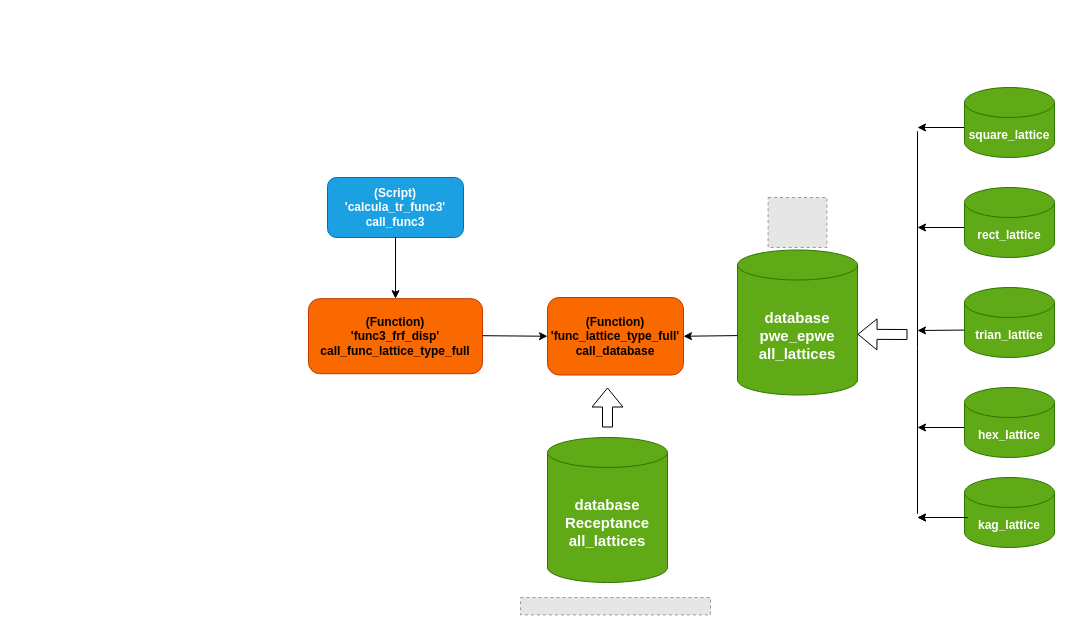
Before: sec4_1_res1_Transmittance/fig1_pipeline_data.drawio in anderson-ferreira-83/Article_publish_comp_lattices_thin_plate_2023_anderson_83, a draw.io diagram. Source tidied: cells renumbered, new cells numbered last; positions are measured from the earlier drawing's top-left corner, leaving out a move shared by most shapes. Both pictures are drawn from the tidied source at 100%, with x=0, y=0 at pixel (308, 87). Pictures stored in the file or linked from it are replaced by grey dashed boxes.
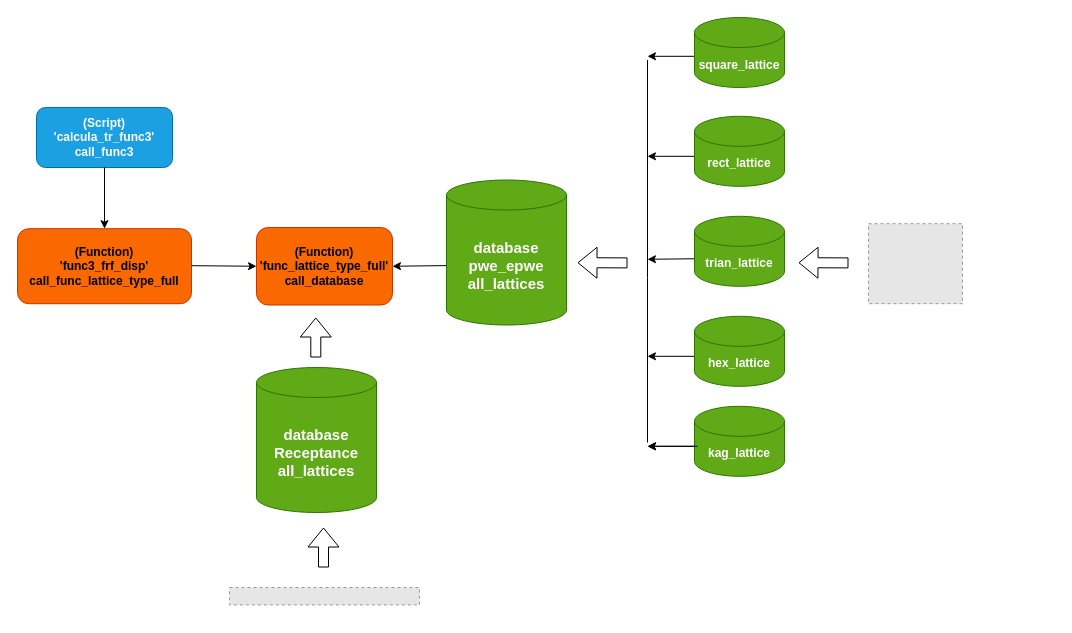
After the change.

The edit, as a diff of the source:
```diff
@@
     <mxCell id="2" value="&lt;div&gt;(Script)&lt;/div&gt;'calcula_tr_func3'&lt;div&gt;call_func3&lt;/div&gt;" style="rounded=1;whiteSpace=wrap;html=1;fontSize=12;glass=0;strokeWidth=1;shadow=0;fillColor=#1ba1e2;fontColor=#ffffff;strokeColor=#006EAF;fontStyle=1;" parent="1" vertex="1">
-      <mxGeometry x="19" y="90" width="136" height="60" as="geometry" />
+      <mxGeometry x="-272" y="20" width="136" height="60" as="geometry" />
     </mxCell>
     <mxCell id="3" value="&lt;div&gt;(Function)&lt;/div&gt;&lt;div&gt;&lt;span style=&quot;background-color: initial;&quot;&gt;'func3_frf_disp'&lt;/span&gt;&lt;/div&gt;&lt;div&gt;&lt;span style=&quot;background-color: initial;&quot;&gt;call_func_lattice_type_full&lt;/span&gt;&lt;/div&gt;" style="rounded=1;whiteSpace=wrap;html=1;fontSize=12;glass=0;strokeWidth=1;shadow=0;fillColor=#fa6800;fontColor=#000000;strokeColor=#C73500;fontStyle=1;" parent="1" vertex="1">
-      <mxGeometry y="211.2" width="174" height="75" as="geometry" />
+      <mxGeometry x="-291" y="141.2" width="174" height="75" as="geometry" />
     </mxCell>
     <mxCell id="4" style="endArrow=classic;html=1;rounded=0;entryX=0;entryY=0.5;entryDx=0;entryDy=0;" parent="1" edge="1" target="5">
       <mxGeometry relative="1" as="geometry">
-        <mxPoint x="174" y="248.2" as="sourcePoint" />
+        <mxPoint x="-117" y="178.2" as="sourcePoint" />
       </mxGeometry>
     </mxCell>
     <mxCell id="5" value="&lt;div&gt;(Function)&lt;/div&gt;'func_lattice_type_full'&lt;div&gt;call_database&lt;/div&gt;" style="rounded=1;whiteSpace=wrap;html=1;fontSize=12;glass=0;strokeWidth=1;shadow=0;fillColor=#fa6800;fontColor=#000000;strokeColor=#C73500;fontStyle=1;" parent="1" vertex="1">
-      <mxGeometry x="239" y="210" width="136" height="77.5" as="geometry" />
+      <mxGeometry x="-52" y="140" width="136" height="77.5" as="geometry" />
     </mxCell>
     <mxCell id="6" value="&lt;b&gt;&lt;font style=&quot;font-size: 15px;&quot;&gt;database&lt;/font&gt;&lt;/b&gt;&lt;div&gt;&lt;b&gt;&lt;font style=&quot;font-size: 15px;&quot;&gt;pwe_epwe&lt;/font&gt;&lt;/b&gt;&lt;div&gt;&lt;b&gt;&lt;font style=&quot;font-size: 15px;&quot;&gt;all_lattices&lt;/font&gt;&lt;/b&gt;&lt;/div&gt;&lt;/div&gt;" style="shape=cylinder3;whiteSpace=wrap;html=1;boundedLbl=1;backgroundOutline=1;size=15;fillColor=#60a917;fontColor=#ffffff;strokeColor=#2D7600;" parent="1" vertex="1">
-      <mxGeometry x="429" y="162.5" width="120" height="145" as="geometry" />
+      <mxGeometry x="138" y="92.5" width="120" height="145" as="geometry" />
     </mxCell>
@@
     <mxCell id="8" style="endArrow=classic;html=1;rounded=0;entryX=1;entryY=0.5;entryDx=0;entryDy=0;" parent="1" edge="1" target="5">
       <mxGeometry relative="1" as="geometry">
-        <mxPoint x="429" y="248.1" as="sourcePoint" />
+        <mxPoint x="138" y="178.1" as="sourcePoint" />
       </mxGeometry>
     </mxCell>
     <mxCell id="9" style="endArrow=none;html=1;rounded=0;" parent="1" edge="1">
       <mxGeometry relative="1" as="geometry">
-        <mxPoint x="609" y="426.2" as="sourcePoint" />
-        <mxPoint x="609" y="43.8" as="targetPoint" />
+        <mxPoint x="339" y="355" as="sourcePoint" />
+        <mxPoint x="339" y="-27.5" as="targetPoint" />
         <Array as="points">
-          <mxPoint x="609" y="261.2" />
+          <mxPoint x="339" y="190" />
         </Array>
       </mxGeometry>
     </mxCell>
     <mxCell id="10" style="endArrow=classic;html=1;rounded=0;exitX=0.067;exitY=0.714;exitDx=0;exitDy=0;exitPerimeter=0;" parent="1" edge="1">
       <mxGeometry relative="1" as="geometry">
-        <mxPoint x="659" y="430" as="sourcePoint" />
-        <mxPoint x="609" y="430" as="targetPoint" />
+        <mxPoint x="389" y="358.8" as="sourcePoint" />
+        <mxPoint x="339" y="358.8" as="targetPoint" />
       </mxGeometry>
     </mxCell>
     <mxCell id="11" value="kag_lattice" style="shape=cylinder3;whiteSpace=wrap;html=1;boundedLbl=1;backgroundOutline=1;size=15;fillColor=#60a917;fontColor=#ffffff;strokeColor=#2D7600;fontStyle=1;" parent="1" vertex="1">
-      <mxGeometry x="656" y="390" width="90" height="70" as="geometry" />
+      <mxGeometry x="386" y="318.8" width="90" height="70" as="geometry" />
     </mxCell>
     <mxCell id="12" style="endArrow=classic;html=1;rounded=0;exitX=0.067;exitY=0.714;exitDx=0;exitDy=0;exitPerimeter=0;" parent="1" edge="1">
       <mxGeometry relative="1" as="geometry">
-        <mxPoint x="662" y="40" as="sourcePoint" />
-        <mxPoint x="609" y="40" as="targetPoint" />
+        <mxPoint x="392" y="-31.2" as="sourcePoint" />
+        <mxPoint x="339" y="-31.2" as="targetPoint" />
       </mxGeometry>
     </mxCell>
     <mxCell id="13" value="square_lattice" style="shape=cylinder3;whiteSpace=wrap;html=1;boundedLbl=1;backgroundOutline=1;size=15;fillColor=#60a917;fontColor=#ffffff;strokeColor=#2D7600;fontStyle=1;" parent="1" vertex="1">
-      <mxGeometry x="656" width="90" height="70" as="geometry" />
+      <mxGeometry x="386" y="-70" width="90" height="70" as="geometry" />
     </mxCell>
     <mxCell id="14" style="endArrow=classic;html=1;rounded=0;" parent="1" edge="1">
       <mxGeometry relative="1" as="geometry">
-        <mxPoint x="666" y="140" as="sourcePoint" />
-        <mxPoint x="609" y="140" as="targetPoint" />
+        <mxPoint x="396" y="68.8" as="sourcePoint" />
+        <mxPoint x="339" y="68.8" as="targetPoint" />
       </mxGeometry>
     </mxCell>
     <mxCell id="15" value="rect_lattice" style="shape=cylinder3;whiteSpace=wrap;html=1;boundedLbl=1;backgroundOutline=1;size=15;fillColor=#60a917;fontColor=#ffffff;strokeColor=#2D7600;fontStyle=1;" parent="1" vertex="1">
-      <mxGeometry x="656" y="100" width="90" height="70" as="geometry" />
+      <mxGeometry x="386" y="28.8" width="90" height="70" as="geometry" />
     </mxCell>
     <mxCell id="16" style="endArrow=classic;html=1;rounded=0;exitX=0.067;exitY=0.714;exitDx=0;exitDy=0;exitPerimeter=0;" parent="1" edge="1">
       <mxGeometry relative="1" as="geometry">
-        <mxPoint x="662" y="242.5" as="sourcePoint" />
-        <mxPoint x="609" y="243" as="targetPoint" />
+        <mxPoint x="392" y="171.2" as="sourcePoint" />
+        <mxPoint x="339" y="171.8" as="targetPoint" />
       </mxGeometry>
     </mxCell>
     <mxCell id="17" value="trian_lattice" style="shape=cylinder3;whiteSpace=wrap;html=1;boundedLbl=1;backgroundOutline=1;size=15;fillColor=#60a917;fontColor=#ffffff;strokeColor=#2D7600;fontStyle=1;" parent="1" vertex="1">
-      <mxGeometry x="656" y="200" width="90" height="70" as="geometry" />
+      <mxGeometry x="386" y="128.8" width="90" height="70" as="geometry" />
     </mxCell>
     <mxCell id="18" style="endArrow=classic;html=1;rounded=0;exitX=0.067;exitY=0.714;exitDx=0;exitDy=0;exitPerimeter=0;" parent="1" edge="1">
       <mxGeometry relative="1" as="geometry">
-        <mxPoint x="662" y="340" as="sourcePoint" />
-        <mxPoint x="609" y="340" as="targetPoint" />
+        <mxPoint x="392" y="268.8" as="sourcePoint" />
+        <mxPoint x="339" y="268.8" as="targetPoint" />
       </mxGeometry>
     </mxCell>
     <mxCell id="19" value="hex_lattice" style="shape=cylinder3;whiteSpace=wrap;html=1;boundedLbl=1;backgroundOutline=1;size=15;fillColor=#60a917;fontColor=#ffffff;strokeColor=#2D7600;fontStyle=1;" parent="1" vertex="1">
-      <mxGeometry x="656" y="300" width="90" height="70" as="geometry" />
+      <mxGeometry x="386" y="228.8" width="90" height="70" as="geometry" />
     </mxCell>
     <mxCell id="20" style="shape=flexArrow;endArrow=classic;html=1;rounded=0;" parent="1" edge="1">
       <mxGeometry relative="1" as="geometry">
-        <mxPoint x="599" y="247" as="sourcePoint" />
-        <mxPoint x="549" y="246.8" as="targetPoint" />
+        <mxPoint x="319" y="175.4" as="sourcePoint" />
+        <mxPoint x="269" y="175.2" as="targetPoint" />
       </mxGeometry>
     </mxCell>
@@
     <mxCell id="22" style="endArrow=classic;html=1;rounded=0;exitX=0.067;exitY=0.714;exitDx=0;exitDy=0;exitPerimeter=0;" parent="1" edge="1">
       <mxGeometry relative="1" as="geometry">
-        <mxPoint x="659" y="430" as="sourcePoint" />
-        <mxPoint x="609" y="430" as="targetPoint" />
+        <mxPoint x="389" y="358.8" as="sourcePoint" />
+        <mxPoint x="339" y="358.8" as="targetPoint" />
       </mxGeometry>
     </mxCell>
     <mxCell id="23" style="fillColor=#E6E6E6;strokeColor=#999999;dashed=1;verticalLabelPosition=bottom;labelBackgroundColor=default;verticalAlign=top;" parent="1" vertex="1">
-      <mxGeometry x="459.6" y="110" width="58.8" height="50" as="geometry" />
+      <mxGeometry x="560" y="136.2" width="94" height="80" as="geometry" />
     </mxCell>
     <mxCell id="24" value="&lt;b&gt;&lt;font style=&quot;font-size: 15px;&quot;&gt;database&lt;/font&gt;&lt;/b&gt;&lt;div&gt;&lt;b&gt;&lt;font style=&quot;font-size: 15px;&quot;&gt;Receptance&lt;/font&gt;&lt;/b&gt;&lt;div&gt;&lt;b&gt;&lt;font style=&quot;font-size: 15px;&quot;&gt;all_lattices&lt;/font&gt;&lt;/b&gt;&lt;/div&gt;&lt;/div&gt;" style="shape=cylinder3;whiteSpace=wrap;html=1;boundedLbl=1;backgroundOutline=1;size=15;fillColor=#60a917;fontColor=#ffffff;strokeColor=#2D7600;" parent="1" vertex="1">
-      <mxGeometry x="239" y="350" width="120" height="145" as="geometry" />
+      <mxGeometry x="-52" y="280" width="120" height="145" as="geometry" />
     </mxCell>
     <mxCell id="25" style="fillColor=#E6E6E6;strokeColor=#999999;dashed=1;verticalLabelPosition=bottom;labelBackgroundColor=default;verticalAlign=top;" parent="1" vertex="1">
-      <mxGeometry x="212" y="510" width="190" height="17.4" as="geometry" />
+      <mxGeometry x="-79" y="500" width="190" height="17.4" as="geometry" />
     </mxCell>
     <mxCell id="26" style="shape=flexArrow;endArrow=classic;html=1;rounded=0;" parent="1" edge="1">
       <mxGeometry relative="1" as="geometry">
-        <mxPoint x="299" y="340" as="sourcePoint" />
-        <mxPoint x="299" y="300" as="targetPoint" />
+        <mxPoint x="15" y="480" as="sourcePoint" />
+        <mxPoint x="15" y="440" as="targetPoint" />
       </mxGeometry>
     </mxCell>
+    <mxCell id="27" style="shape=flexArrow;endArrow=classic;html=1;rounded=0;" parent="1" edge="1">
+      <mxGeometry relative="1" as="geometry">
+        <mxPoint x="540" y="175.4" as="sourcePoint" />
+        <mxPoint x="490" y="175.2" as="targetPoint" />
+      </mxGeometry>
+    </mxCell>
+    <mxCell id="28" style="shape=flexArrow;endArrow=classic;html=1;rounded=0;" parent="1" edge="1">
+      <mxGeometry relative="1" as="geometry">
+        <mxPoint x="7.3" y="270" as="sourcePoint" />
+        <mxPoint x="7.3" y="230" as="targetPoint" />
+      </mxGeometry>
+    </mxCell>
```
